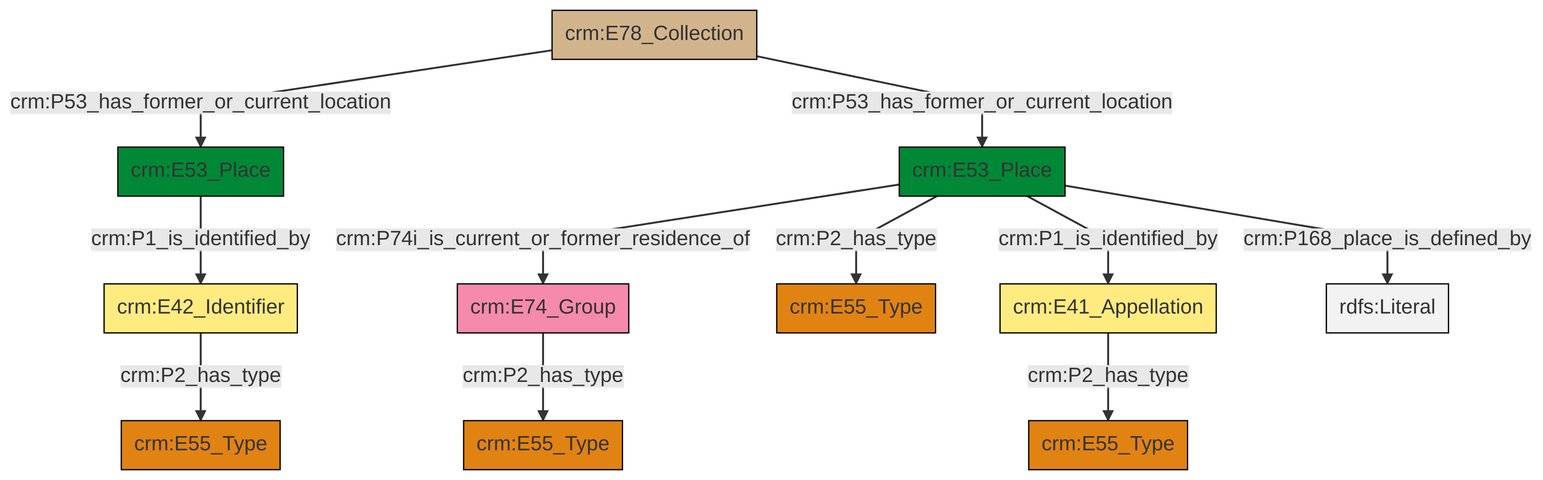
Above: et/archivalCSV/ttl/mmd/png/archival_location.png in swiss-art-research-net/docs.swissartresearch (Mermaid), before the change. Its source is kept beside it as et/archivalCSV/ttl/mmd/archival_location.ttl.mmd.
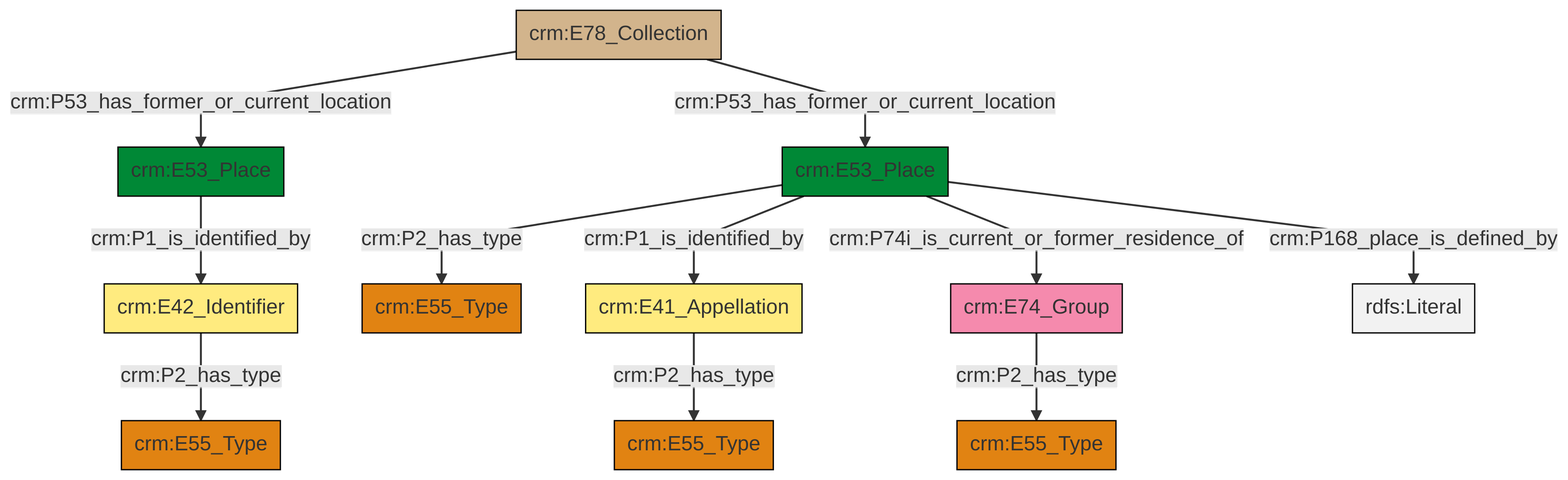
Above is the later version.

The edit, as a diff of the source:
```diff
@@ -13,13 +13,13 @@
 classDef PC_Classes fill:#4ce600, stroke:#000000;
 classDef Multi fill:#cccccc,stroke:#000000;
 
-2["crm:E41_Appellation"]:::Appellation -->|crm:P2_has_type| 3["crm:E55_Type"]:::Type
-4["crm:E53_Place"]:::Place -->|crm:P74i_is_current_or_former_residence_of| 6["crm:E74_Group"]:::Actor
-7["crm:E78_Collection"]:::Physical_Thing -->|crm:P53_has_former_or_current_location| 0["crm:E53_Place"]:::Place
-4["crm:E53_Place"]:::Place -->|crm:P1_is_identified_by| 2["crm:E41_Appellation"]:::Appellation
-11["crm:E42_Identifier"]:::Appellation -->|crm:P2_has_type| 16["crm:E55_Type"]:::Type
-4["crm:E53_Place"]:::Place -->|crm:P2_has_type| 9["crm:E55_Type"]:::Type
-0["crm:E53_Place"]:::Place -->|crm:P1_is_identified_by| 11["crm:E42_Identifier"]:::Appellation
-7["crm:E78_Collection"]:::Physical_Thing -->|crm:P53_has_former_or_current_location| 4["crm:E53_Place"]:::Place
-4["crm:E53_Place"]:::Place -->|crm:P168_place_is_defined_by| 20[rdfs:Literal]:::Literal
-6["crm:E74_Group"]:::Actor -->|crm:P2_has_type| 21["crm:E55_Type"]:::Type
+0["crm:E53_Place"]:::Place -->|crm:P2_has_type| 1["crm:E55_Type"]:::Type
+13["crm:E78_Collection"]:::Physical_Thing -->|crm:P53_has_former_or_current_location| 2["crm:E53_Place"]:::Place
+11["crm:E41_Appellation"]:::Appellation -->|crm:P2_has_type| 7["crm:E55_Type"]:::Type
+0["crm:E53_Place"]:::Place -->|crm:P1_is_identified_by| 11["crm:E41_Appellation"]:::Appellation
+0["crm:E53_Place"]:::Place -->|crm:P74i_is_current_or_former_residence_of| 16["crm:E74_Group"]:::Actor
+2["crm:E53_Place"]:::Place -->|crm:P1_is_identified_by| 19["crm:E42_Identifier"]:::Appellation
+0["crm:E53_Place"]:::Place -->|crm:P168_place_is_defined_by| 21[rdfs:Literal]:::Literal
+19["crm:E42_Identifier"]:::Appellation -->|crm:P2_has_type| 22["crm:E55_Type"]:::Type
+13["crm:E78_Collection"]:::Physical_Thing -->|crm:P53_has_former_or_current_location| 0["crm:E53_Place"]:::Place
+16["crm:E74_Group"]:::Actor -->|crm:P2_has_type| 5["crm:E55_Type"]:::Type
```
